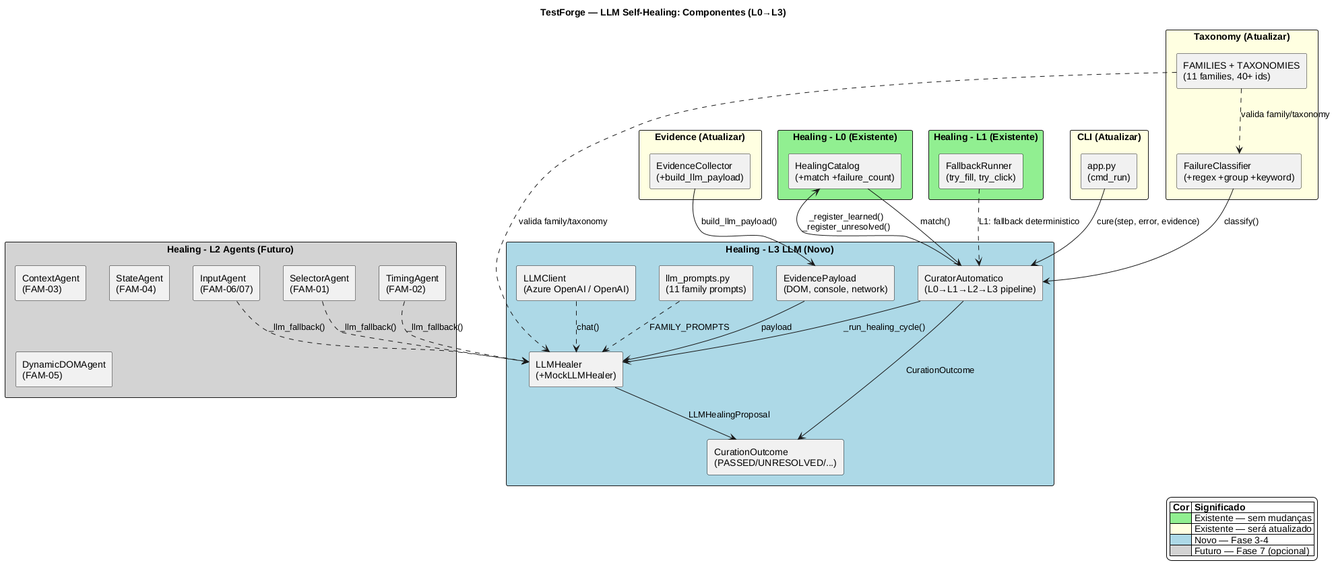
The PlantUML diagram docs/diagramas/png/componentes-llm-healing.png in febrefebril/testforge, before a commit. Source of this version:
```plantuml
@startuml
title TestForge — LLM Self-Healing: Componentes (L0→L3)

skinparam packageStyle rectangle
skinparam backgroundColor #FFFFFF
skinparam componentStyle rectangle


package "Taxonomy (Atualizar)" as taxonomy #LightYellow {
  [FailureClassifier\n(+regex +group +keyword)] as FC
  [FAMILIES + TAXONOMIES\n(11 families, 40+ ids)] as FT
}

package "Evidence (Atualizar)" as evidence #LightYellow {
  [EvidenceCollector\n(+build_llm_payload)] as EC
}

package "Healing - L0 (Existente)" as l0 #LightGreen {
  [HealingCatalog\n(+match +failure_count)] as HC
}

package "Healing - L1 (Existente)" as l1 #LightGreen {
  [FallbackRunner\n(try_fill, try_click)] as FR
}


package "Healing - L3 LLM (Novo)" as l3 #LightBlue {
  [LLMClient\n(Azure OpenAI / OpenAI)] as LClient
  [LLMHealer\n(+MockLLMHealer)] as LHealer
  [llm_prompts.py\n(11 family prompts)] as LPrompts
  [EvidencePayload\n(DOM, console, network)] as EPayload
  [CuratorAutomatico\n(L0→L1→L2→L3 pipeline)] as Curator
  [CurationOutcome\n(PASSED/UNRESOLVED/...)] as COutcome
}


package "Healing - L2 Agents (Futuro)" as l2 #LightGray {
  [SelectorAgent\n(FAM-01)] as SA
  [TimingAgent\n(FAM-02)] as TA
  [InputAgent\n(FAM-06/07)] as IA
  [ContextAgent\n(FAM-03)] as CA
  [StateAgent\n(FAM-04)] as StA
  [DynamicDOMAgent\n(FAM-05)] as DA
}


package "CLI (Atualizar)" as cli #LightYellow {
  [app.py\n(cmd_run)] as CMD
}


CMD -down-> Curator : "cure(step, error, evidence)"
LClient ..> LHealer : "chat()"

EC -down-> EPayload : "build_llm_payload()"
EPayload -down-> LHealer : "payload"
LPrompts ..> LHealer : "FAMILY_PROMPTS"
LHealer -down-> COutcome : "LLMHealingProposal"

FC -down-> Curator : "classify()"
HC -down-> Curator : "match()"
FT ..> FC : "valida family/taxonomy"
FT ..> LHealer : "valida family/taxonomy"

Curator -down-> HC : "_register_learned()\n_register_unresolved()"
Curator -down-> LHealer : "_run_healing_cycle()"
Curator -down-> COutcome : "CurationOutcome"

FR ..> Curator : "L1: fallback deterministico"

SA ..> LHealer : "_llm_fallback()"
TA ..> LHealer : "_llm_fallback()"
IA ..> LHealer : "_llm_fallback()"


legend right
  |= Cor |= Significado |
  | <#LightGreen> | Existente — sem mudanças |
  | <#LightYellow> | Existente — será atualizado |
  | <#LightBlue> | Novo — Fase 3-4 |
  | <#LightGray> | Futuro — Fase 7 (opcional) |
endlegend

@enduml
```
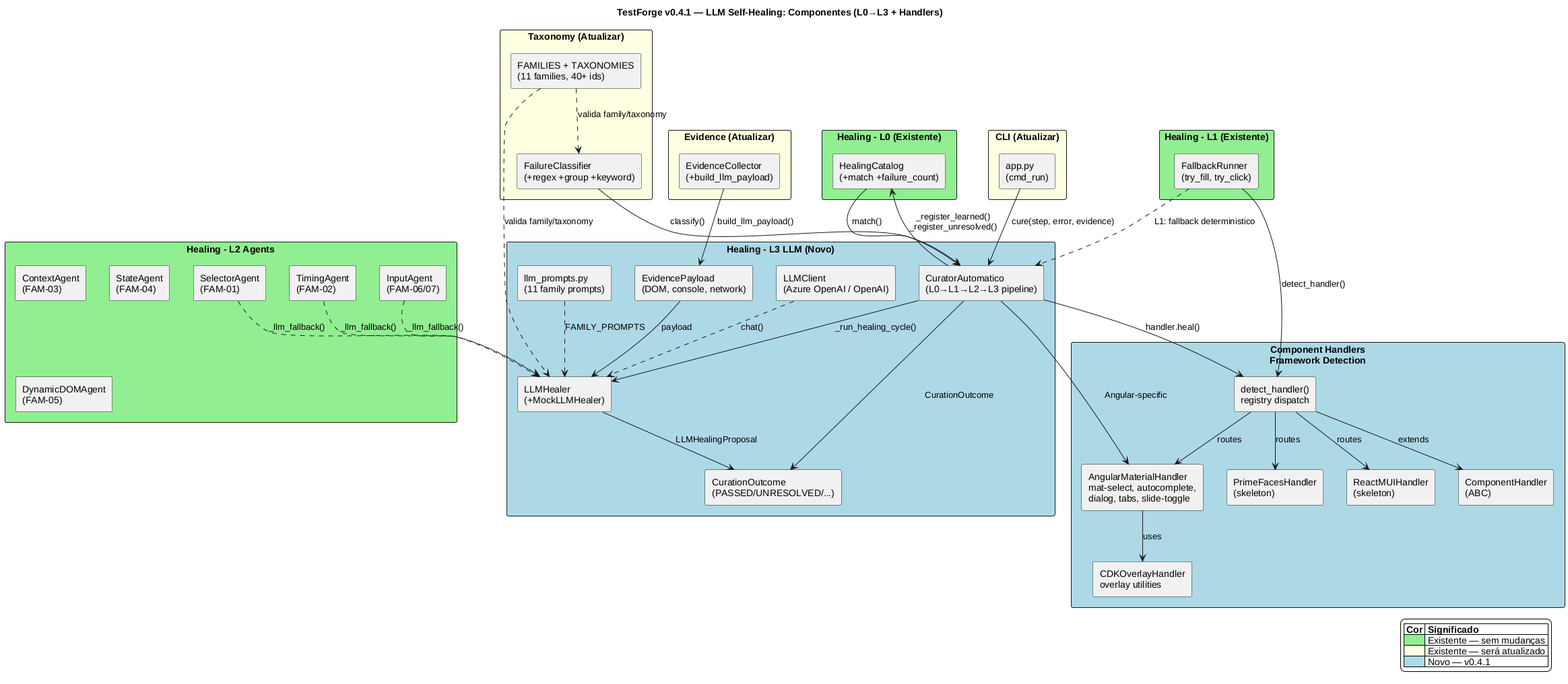
Later version of the same file.

Commit message:
docs: atualizar FASES, OVERVIEW, INDEX, DIAGRAMA-VERSIONING — v0.4.1, ComponentHandler, 15 diagramas

Diff of the diagram source:
```diff
@@ -1,5 +1,5 @@
 @startuml
-title TestForge — LLM Self-Healing: Componentes (L0→L3)
+title TestForge v0.4.1 — LLM Self-Healing: Componentes (L0→L3 + Handlers)
 
 skinparam packageStyle rectangle
 skinparam backgroundColor #FFFFFF
@@ -34,7 +34,17 @@
 }
 
 
-package "Healing - L2 Agents (Futuro)" as l2 #LightGray {
+package "Component Handlers\nFramework Detection" as handlers #LightBlue {
+  [ComponentHandler\n(ABC)] as BASE
+  [AngularMaterialHandler\nmat-select, autocomplete,\ndialog, tabs, slide-toggle] as AMH
+  [PrimeFacesHandler\n(skeleton)] as PFH
+  [ReactMUIHandler\n(skeleton)] as RWH
+  [CDKOverlayHandler\noverlay utilities] as COH
+  [detect_handler()\nregistry dispatch] as DET
+}
+
+
+package "Healing - L2 Agents" as l2 #LightGreen {
   [SelectorAgent\n(FAM-01)] as SA
   [TimingAgent\n(FAM-02)] as TA
   [InputAgent\n(FAM-06/07)] as IA
@@ -73,12 +83,21 @@
 IA ..> LHealer : "_llm_fallback()"
 
 
+DET -down-> BASE : extends
+DET -down-> AMH : routes
+DET -down-> PFH : routes
+DET -down-> RWH : routes
+AMH -down-> COH : uses
+FR -down-> DET : detect_handler()
+Curator -down-> DET : handler.heal()
+Curator -down-> AMH : Angular-specific
+
+
 legend right
   |= Cor |= Significado |
   | <#LightGreen> | Existente — sem mudanças |
   | <#LightYellow> | Existente — será atualizado |
-  | <#LightBlue> | Novo — Fase 3-4 |
-  | <#LightGray> | Futuro — Fase 7 (opcional) |
+  | <#LightBlue> | Novo — v0.4.1 |
 endlegend
 
 @enduml
```
